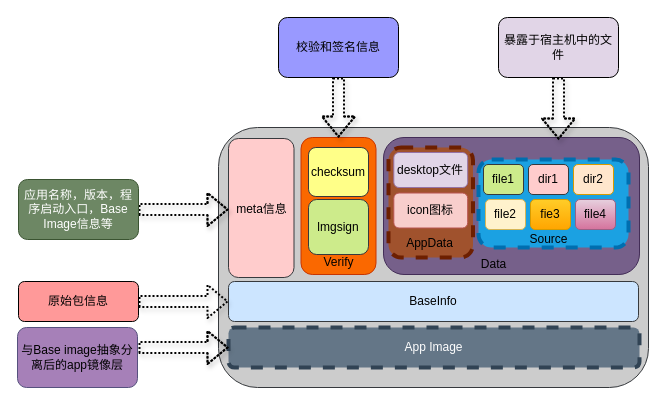
The draw.io diagram page "第 1 页" (1 of 2) of lmgpackage.drawio in Doorer/draw.io-1, before the edit. Source tidied: cells renumbered, new cells numbered last; positions are measured from the earlier drawing's top-left corner, leaving out a move shared by most shapes. Both pictures are drawn from the tidied source at 100%, with x=0, y=0 at pixel (17, 17).
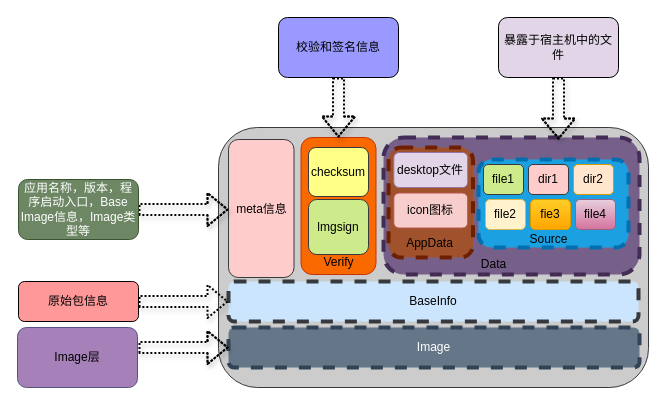
After the change.

Diff of the diagram source:
```diff
@@
-    <mxCell id="3" value="BaseInfo" style="rounded=1;whiteSpace=wrap;html=1;fillColor=#cce5ff;strokeColor=#36393d;" parent="1" vertex="1">
+    <mxCell id="3" value="BaseInfo" style="rounded=1;whiteSpace=wrap;html=1;fillColor=#cce5ff;strokeColor=#36393d;dashed=1;strokeWidth=4;" parent="1" vertex="1">
       <mxGeometry x="211" y="264" width="410" height="40" as="geometry" />
     </mxCell>
-    <mxCell id="4" value="App Image" style="rounded=1;whiteSpace=wrap;html=1;fillColor=#647687;strokeColor=#314354;fontColor=#ffffff;dashed=1;strokeWidth=4;" parent="1" vertex="1">
+    <mxCell id="4" value="Image" style="rounded=1;whiteSpace=wrap;html=1;fillColor=#647687;strokeColor=#314354;fontColor=#ffffff;dashed=1;strokeWidth=4;" parent="1" vertex="1">
       <mxGeometry x="211" y="310" width="411" height="40" as="geometry" />
     </mxCell>
     <mxCell id="5" style="rounded=1;whiteSpace=wrap;html=1;fillColor=#ffcccc;strokeColor=#36393d;" parent="1" vertex="1">
-      <mxGeometry x="211" y="121" width="65.5" height="139" as="geometry" />
+      <mxGeometry x="211" y="122" width="65.5" height="138" as="geometry" />
     </mxCell>
-    <mxCell id="6" style="rounded=1;whiteSpace=wrap;html=1;fillColor=#76608a;strokeColor=#432D57;fontColor=#ffffff;" parent="1" vertex="1">
+    <mxCell id="6" style="rounded=1;whiteSpace=wrap;html=1;fillColor=#76608a;strokeColor=#432D57;fontColor=#ffffff;dashed=1;strokeWidth=4;" parent="1" vertex="1">
       <mxGeometry x="366" y="120" width="256" height="137" as="geometry" />
     </mxCell>
@@
-    <mxCell id="24" value="应用名称，版本，程序启动入口，Base Image信息等" style="rounded=1;whiteSpace=wrap;html=1;fontSize=12;fillColor=#6d8764;fontColor=#ffffff;strokeColor=#3A5431;" parent="1" vertex="1">
+    <mxCell id="24" value="应用名称，版本，程序启动入口，Base Image信息，Image类型等" style="rounded=1;whiteSpace=wrap;html=1;fontSize=12;fillColor=#6d8764;fontColor=#ffffff;strokeColor=#3A5431;" parent="1" vertex="1">
       <mxGeometry x="1" y="162" width="120" height="60" as="geometry" />
     </mxCell>
@@
-    <mxCell id="30" value="与Base image抽象分离后的app镜像层" style="rounded=1;whiteSpace=wrap;html=1;fillColor=#A680B8;strokeColor=#56517e;" parent="1" vertex="1">
+    <mxCell id="30" value="Image层" style="rounded=1;whiteSpace=wrap;html=1;fillColor=#A680B8;strokeColor=#56517e;" parent="1" vertex="1">
       <mxGeometry y="310" width="120" height="60" as="geometry" />
     </mxCell>
```
